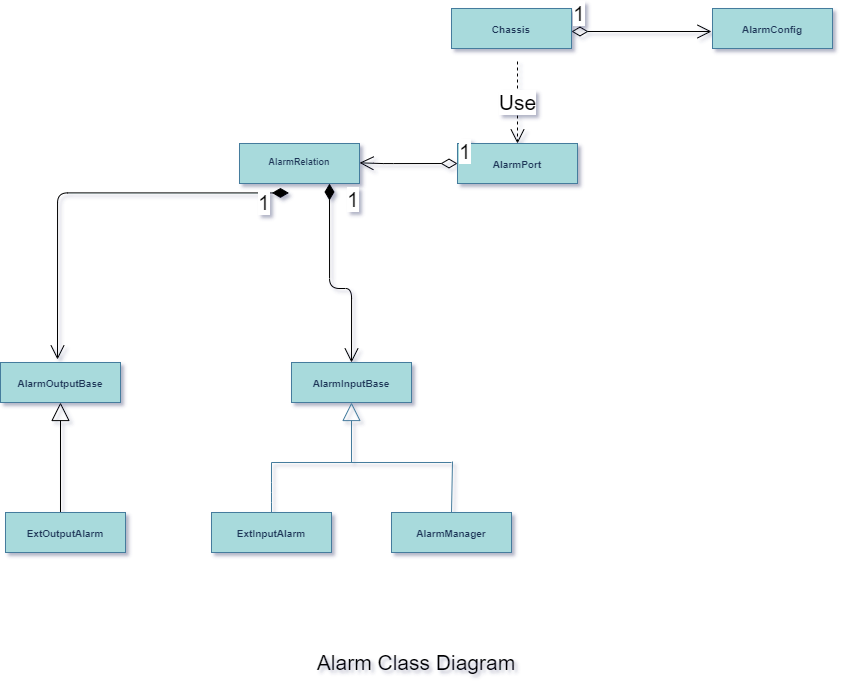
The draw.io diagram UML/AlarmManager.png in Steve888888/FN-Redundancy, before a commit. Source tidied: cells renumbered, new cells last; positions are measured from the earlier drawing's top-left corner, leaving out a move shared by most shapes.
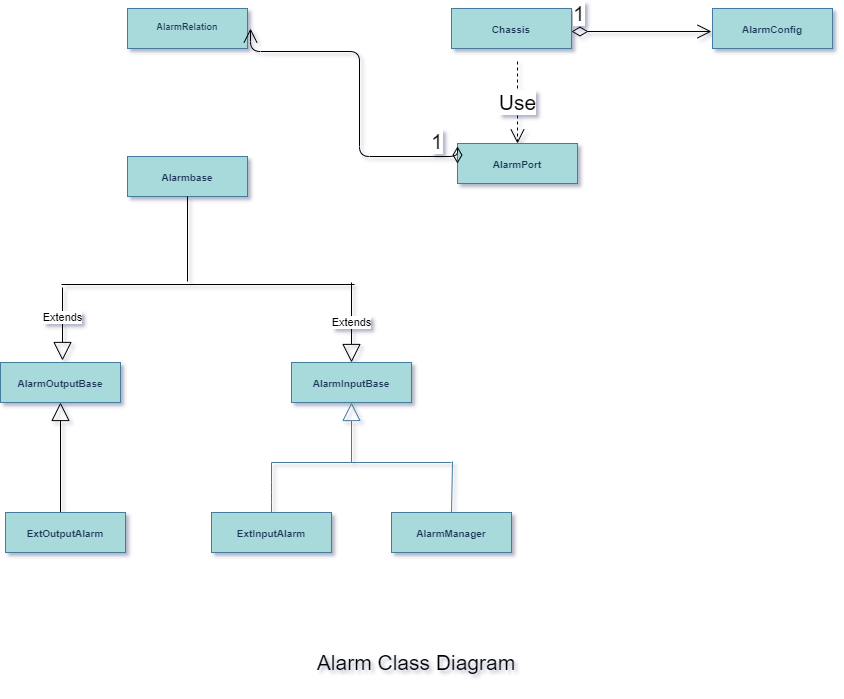
The same file after the commit.

Change to the diagram source:
```diff
@@ -51,7 +51,7 @@
       <mxGeometry relative="1" as="geometry" />
     </mxCell>
     <mxCell id="13" value="&lt;p style=&quot;margin: 4px 0px 0px ; text-align: center ; font-size: 9px&quot;&gt;&lt;br&gt;&lt;b&gt;AlarmRelation&lt;/b&gt;&lt;br&gt;&lt;/p&gt;" style="verticalAlign=top;align=left;overflow=fill;fontSize=12;fontFamily=Helvetica;html=1;fillColor=#A8DADC;strokeColor=#457B9D;fontColor=#1D3557;" parent="1" vertex="1">
-      <mxGeometry x="239" y="135" width="120" height="40" as="geometry" />
+      <mxGeometry x="127" width="120" height="40" as="geometry" />
     </mxCell>
     <mxCell id="14" value="&lt;p style=&quot;margin: 4px 0px 0px ; text-align: center ; font-size: 10px&quot;&gt;&lt;br&gt;&lt;b&gt;AlarmPort&lt;/b&gt;&lt;/p&gt;" style="verticalAlign=top;align=left;overflow=fill;fontSize=12;fontFamily=Helvetica;html=1;fillColor=#A8DADC;strokeColor=#457B9D;fontColor=#1D3557;" parent="1" vertex="1">
       <mxGeometry x="457" y="135" width="120" height="40" as="geometry" />
@@ -65,10 +65,12 @@
       </mxGeometry>
     </mxCell>
     <mxCell id="17" value="1" style="endArrow=open;html=1;endSize=12;startArrow=diamondThin;startSize=14;startFill=0;edgeStyle=orthogonalEdgeStyle;align=left;verticalAlign=bottom;fontSize=21;exitX=0;exitY=0.5;exitDx=0;exitDy=0;" parent="1" edge="1" source="14">
-      <mxGeometry x="-1" y="3" relative="1" as="geometry">
-        <mxPoint x="359" y="154.3" as="targetPoint" />
+      <mxGeometry x="-0.79" relative="1" as="geometry">
+        <mxPoint x="250" y="20" as="targetPoint" />
         <Array as="points">
-          <mxPoint x="383" y="155" />
+          <mxPoint x="457" y="148" />
+          <mxPoint x="359" y="148" />
+          <mxPoint x="359" y="43" />
         </Array>
       </mxGeometry>
     </mxCell>
@@ -95,18 +97,27 @@
     <mxCell id="23" value="&lt;p style=&quot;margin: 4px 0px 0px ; text-align: center ; font-size: 10px&quot;&gt;&lt;br&gt;&lt;b&gt;ExtOutputAlarm&lt;/b&gt;&lt;/p&gt;" style="verticalAlign=top;align=left;overflow=fill;fontSize=12;fontFamily=Helvetica;html=1;fillColor=#A8DADC;strokeColor=#457B9D;fontColor=#1D3557;" parent="1" vertex="1">
       <mxGeometry x="5" y="504" width="120" height="40" as="geometry" />
     </mxCell>
-    <mxCell id="24" value="1" style="endArrow=open;html=1;endSize=12;startArrow=diamondThin;startSize=14;startFill=1;edgeStyle=orthogonalEdgeStyle;align=left;verticalAlign=bottom;fontSize=21;exitX=0.75;exitY=1;exitDx=0;exitDy=0;entryX=0.5;entryY=0;entryDx=0;entryDy=0;" parent="1" edge="1" source="13" target="3">
-      <mxGeometry x="-0.69" y="16" relative="1" as="geometry">
-        <Array as="points">
-          <mxPoint x="329" y="280" />
-          <mxPoint x="351" y="280" />
-        </Array>
-      </mxGeometry>
-    </mxCell>
-    <mxCell id="25" value="1" style="endArrow=open;html=1;endSize=12;startArrow=diamondThin;startSize=14;startFill=1;edgeStyle=orthogonalEdgeStyle;align=left;verticalAlign=bottom;fontSize=21;exitX=0.412;exitY=1.236;exitDx=0;exitDy=0;exitPerimeter=0;" parent="1" edge="1" source="13">
-      <mxGeometry x="-0.84" y="25" relative="1" as="geometry">
-        <mxPoint x="57" y="351" as="targetPoint" />
-      </mxGeometry>
-    </mxCell>
+    <mxCell id="26" style="line;strokeWidth=1;fillColor=none;align=left;verticalAlign=middle;spacingTop=-1;spacingLeft=3;spacingRight=3;labelPosition=right;" parent="1" vertex="1">
+      <mxGeometry x="61" y="272" width="293" height="8" as="geometry" />
+    </mxCell>
+    <mxCell id="27" value="Extends" style="endArrow=block;endSize=16;endFill=0;html=1;" parent="1" edge="1">
+      <mxGeometry x="-0.18" relative="1" as="geometry">
+        <mxPoint x="62" y="279" as="sourcePoint" />
+        <mxPoint x="62" y="352" as="targetPoint" />
+      </mxGeometry>
+    </mxCell>
+    <mxCell id="28" value="Extends" style="endArrow=block;endSize=16;endFill=0;html=1;entryX=0.5;entryY=0;entryDx=0;entryDy=0;" parent="1" edge="1" target="3">
+      <mxGeometry relative="1" as="geometry">
+        <mxPoint x="351" y="274" as="sourcePoint" />
+      </mxGeometry>
+    </mxCell>
+    <mxCell id="29" value="&lt;p style=&quot;margin: 4px 0px 0px ; text-align: center ; font-size: 10px&quot;&gt;&lt;br&gt;&lt;b&gt;Alarmbase&lt;/b&gt;&lt;/p&gt;" style="verticalAlign=top;align=left;overflow=fill;fontSize=12;fontFamily=Helvetica;html=1;fillColor=#A8DADC;strokeColor=#457B9D;fontColor=#1D3557;" parent="1" vertex="1">
+      <mxGeometry x="127" y="148" width="120" height="40" as="geometry" />
+    </mxCell>
+    <mxCell id="30" style="endArrow=none;html=1;entryX=0.5;entryY=1;entryDx=0;entryDy=0;" parent="1" edge="1" target="29">
+      <mxGeometry relative="1" as="geometry">
+        <mxPoint x="187" y="273" as="sourcePoint" />
+      </mxGeometry>
+    </mxCell>
   </root>
 </mxGraphModel>
```
